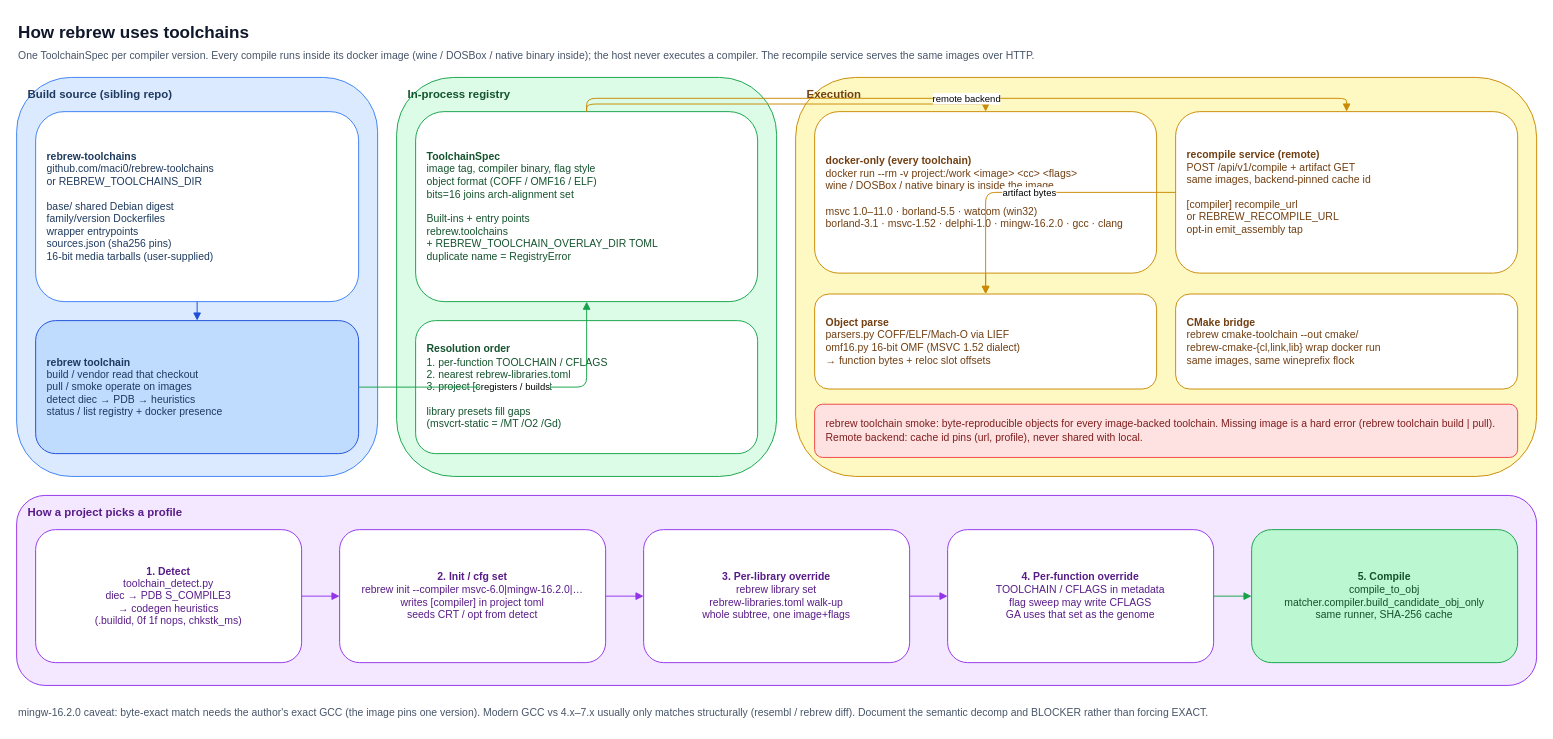
This is page "3. Toolchains" (3 of 9) of docs/architecture.drawio from maci0/rebrew, a draw.io file, before an edit. Source tidied: cells renumbered, new cells numbered last; positions are measured from the earlier drawing's top-left corner, leaving out a move shared by most shapes. Both pictures are drawn from the tidied source at 95%, with x=0, y=0 at pixel (16, 16).
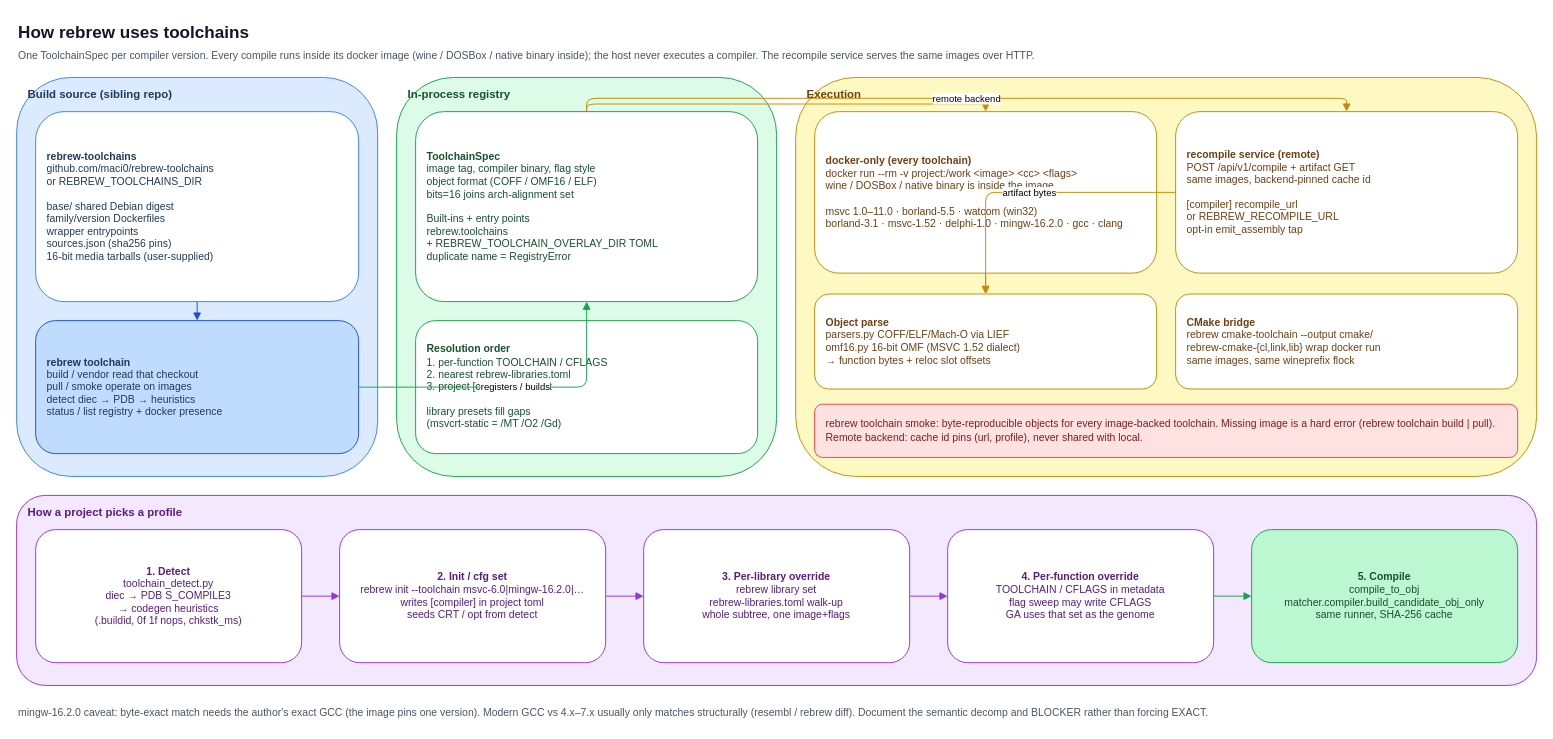
The same page after the edit.

Diff of the diagram source:
```diff
@@
-    <mxCell id="14" value="&lt;b&gt;CMake bridge&lt;/b&gt;&lt;br&gt;rebrew cmake-toolchain --out cmake/&lt;br&gt;rebrew-cmake-{cl,link,lib} wrap docker run&lt;br&gt;same images, same wineprefix flock" style="rounded=1;whiteSpace=wrap;html=1;fillColor=#ffffff;strokeColor=#ca8a04;fontColor=#713f12;align=left;spacingLeft=10;fontSize=11;" parent="1" vertex="1">
+    <mxCell id="14" value="&lt;b&gt;CMake bridge&lt;/b&gt;&lt;br&gt;rebrew cmake-toolchain --output cmake/&lt;br&gt;rebrew-cmake-{cl,link,lib} wrap docker run&lt;br&gt;same images, same wineprefix flock" style="rounded=1;whiteSpace=wrap;html=1;fillColor=#ffffff;strokeColor=#ca8a04;fontColor=#713f12;align=left;spacingLeft=10;fontSize=11;" parent="1" vertex="1">
       <mxGeometry x="1220" y="292" width="360" height="100" as="geometry" />
     </mxCell>
@@
-    <mxCell id="24" value="&lt;b&gt;2. Init / cfg set&lt;/b&gt;&lt;br&gt;rebrew init --compiler msvc-6.0|mingw-16.2.0|…&lt;br&gt;writes [compiler] in project toml&lt;br&gt;seeds CRT / opt from detect" style="rounded=1;whiteSpace=wrap;html=1;fillColor=#ffffff;strokeColor=#9333ea;fontColor=#581c87;align=center;fontSize=11;" parent="1" vertex="1">
+    <mxCell id="24" value="&lt;b&gt;2. Init / cfg set&lt;/b&gt;&lt;br&gt;rebrew init --toolchain msvc-6.0|mingw-16.2.0|…&lt;br&gt;writes [compiler] in project toml&lt;br&gt;seeds CRT / opt from detect" style="rounded=1;whiteSpace=wrap;html=1;fillColor=#ffffff;strokeColor=#9333ea;fontColor=#581c87;align=center;fontSize=11;" parent="1" vertex="1">
       <mxGeometry x="340" y="540" width="280" height="140" as="geometry" />
     </mxCell>
```
